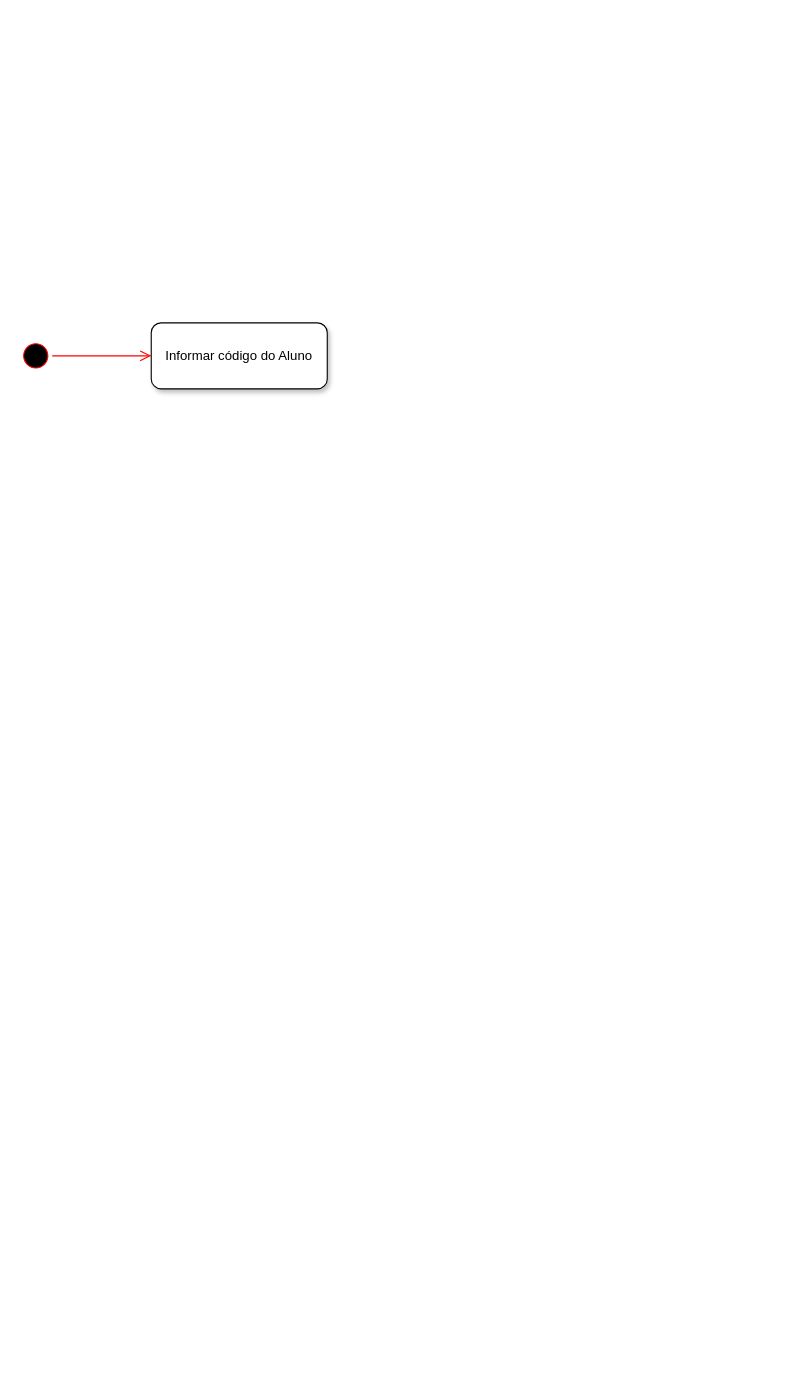
Earlier version of the draw.io diagram Atividade Prática 3 - Diagrama de Atividades.drawio (Ajnus/INF1013_Modelagem_De_Software). Source tidied: cells renumbered, new cells numbered last; positions are measured from the earlier drawing's top-left corner, leaving out a move shared by most shapes. Both pictures are drawn from the tidied source at 110%, with x=0, y=0 at pixel (19, 322).
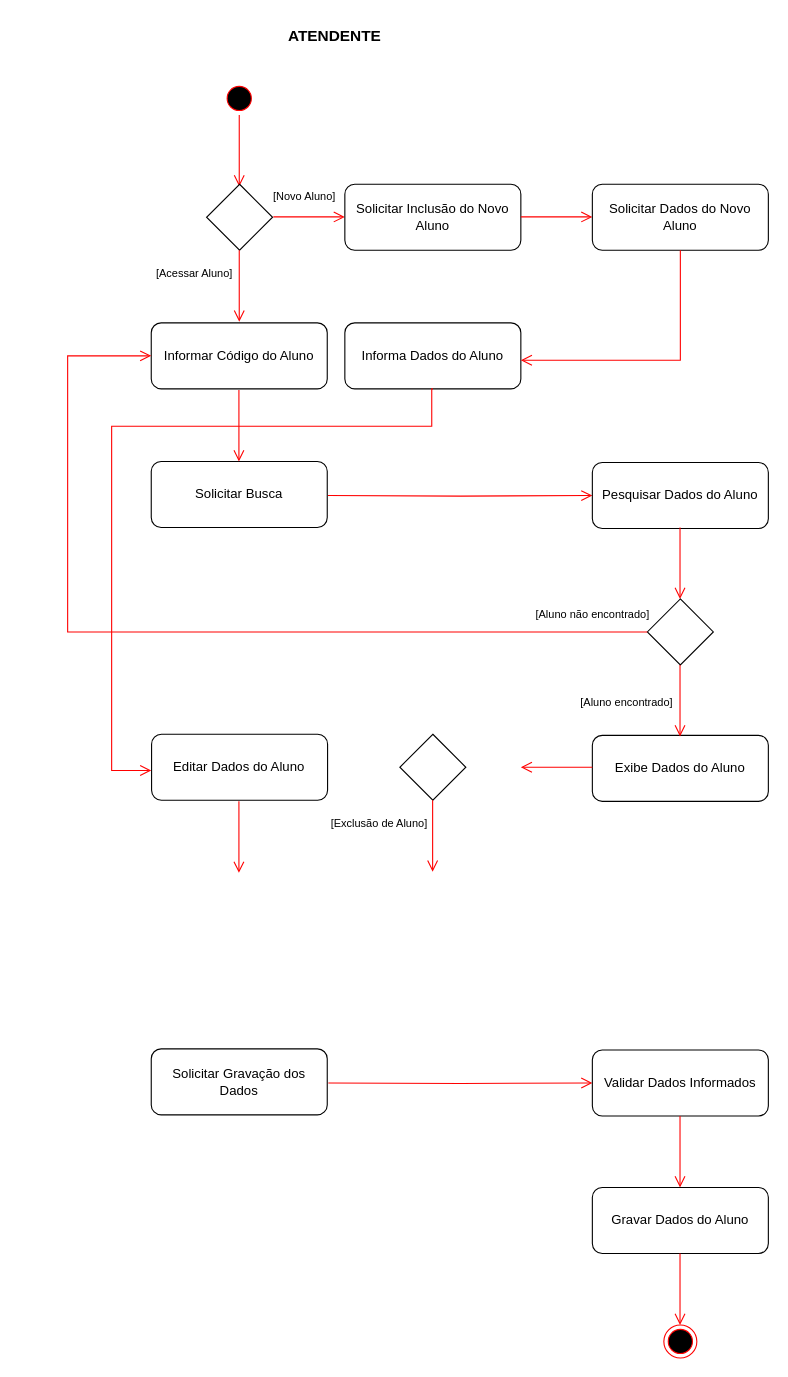
Above is the later version.

Change to the diagram source:
```diff
@@
-    <mxCell id="2" style="ellipse;html=1;shape=startState;fillColor=#000000;strokeColor=#ff0000;" parent="1" vertex="1">
-      <mxGeometry y="15" width="30" height="30" as="geometry" />
-    </mxCell>
-    <mxCell id="3" style="edgeStyle=orthogonalEdgeStyle;html=1;verticalAlign=bottom;endArrow=open;endSize=8;strokeColor=#ff0000;rounded=0;" parent="1" edge="1" source="2">
-      <mxGeometry relative="1" as="geometry">
-        <mxPoint x="120" y="30" as="targetPoint" />
-      </mxGeometry>
-    </mxCell>
-    <mxCell id="4" value="Informar código do Aluno" style="rounded=1;whiteSpace=wrap;html=1;shadow=1;" parent="1" vertex="1">
+    <mxCell id="4" value="Informar Código do Aluno" style="rounded=1;whiteSpace=wrap;html=1;shadow=0;" parent="1" vertex="1">
       <mxGeometry x="120" width="160" height="60" as="geometry" />
     </mxCell>
+    <mxCell id="5" value="Solicitar Busca" style="rounded=1;whiteSpace=wrap;html=1;shadow=0;" parent="1" vertex="1">
+      <mxGeometry x="120" y="126" width="160" height="60" as="geometry" />
+    </mxCell>
+    <mxCell id="6" value="&lt;b&gt;&lt;font style=&quot;font-size: 14px;&quot;&gt;ATENDENTE&lt;/font&gt;&lt;/b&gt;" style="text;html=1;strokeColor=none;fillColor=none;align=center;verticalAlign=middle;whiteSpace=wrap;rounded=0;shadow=0;glass=0;sketch=0;" parent="1" vertex="1">
+      <mxGeometry x="214" y="-276" width="146" height="30" as="geometry" />
+    </mxCell>
+    <mxCell id="7" style="ellipse;html=1;shape=startState;fillColor=#000000;strokeColor=#ff0000;rounded=0;shadow=0;glass=0;sketch=0;" parent="1" vertex="1">
+      <mxGeometry x="185" y="-219" width="30" height="30" as="geometry" />
+    </mxCell>
+    <mxCell id="8" style="edgeStyle=orthogonalEdgeStyle;html=1;verticalAlign=bottom;endArrow=open;endSize=8;strokeColor=#ff0000;rounded=0;entryX=0.5;entryY=0;entryDx=0;entryDy=0;" parent="1" edge="1" source="7">
+      <mxGeometry relative="1" as="geometry">
+        <mxPoint x="200" y="-124" as="targetPoint" />
+      </mxGeometry>
+    </mxCell>
+    <mxCell id="9" style="edgeStyle=orthogonalEdgeStyle;html=1;verticalAlign=bottom;endArrow=open;endSize=8;strokeColor=#ff0000;rounded=0;entryX=0.5;entryY=0;entryDx=0;entryDy=0;" parent="1" edge="1">
+      <mxGeometry relative="1" as="geometry">
+        <mxPoint x="199.7" y="61" as="sourcePoint" />
+        <mxPoint x="199.7" y="126" as="targetPoint" />
+      </mxGeometry>
+    </mxCell>
+    <mxCell id="10" style="edgeStyle=orthogonalEdgeStyle;html=1;verticalAlign=bottom;endArrow=open;endSize=8;strokeColor=#ff0000;rounded=0;entryX=0;entryY=0.5;entryDx=0;entryDy=0;" parent="1" edge="1" target="11">
+      <mxGeometry relative="1" as="geometry">
+        <mxPoint x="280.7" y="157" as="sourcePoint" />
+      </mxGeometry>
+    </mxCell>
+    <mxCell id="11" value="&lt;div style=&quot;background-color: transparent;&quot;&gt;Pesquisar Dados do Aluno&lt;/div&gt;" style="rounded=1;whiteSpace=wrap;html=1;shadow=0;" parent="1" vertex="1">
+      <mxGeometry x="521" y="127" width="160" height="60" as="geometry" />
+    </mxCell>
+    <mxCell id="12" style="edgeStyle=orthogonalEdgeStyle;html=1;verticalAlign=bottom;endArrow=open;endSize=8;strokeColor=#ff0000;rounded=0;entryX=0.5;entryY=0;entryDx=0;entryDy=0;" parent="1" edge="1">
+      <mxGeometry relative="1" as="geometry">
+        <mxPoint x="600.7" y="186" as="sourcePoint" />
+        <mxPoint x="600.7" y="251" as="targetPoint" />
+      </mxGeometry>
+    </mxCell>
+    <mxCell id="13" value="Exibe Dados do Aluno" style="rounded=1;whiteSpace=wrap;html=1;shadow=0;" parent="1" vertex="1">
+      <mxGeometry x="521" y="375" width="160" height="60" as="geometry" />
+    </mxCell>
+    <mxCell id="14" value="Editar Dados do Aluno" style="rounded=1;whiteSpace=wrap;html=1;shadow=0;" parent="1" vertex="1">
+      <mxGeometry x="120.3" y="374" width="160" height="60" as="geometry" />
+    </mxCell>
+    <mxCell id="15" value="Solicitar Gravação dos Dados" style="rounded=1;whiteSpace=wrap;html=1;shadow=0;" parent="1" vertex="1">
+      <mxGeometry x="120" y="660" width="160" height="60" as="geometry" />
+    </mxCell>
+    <mxCell id="16" style="edgeStyle=orthogonalEdgeStyle;html=1;verticalAlign=bottom;endArrow=open;endSize=8;strokeColor=#ff0000;rounded=0;entryX=0.5;entryY=0;entryDx=0;entryDy=0;" parent="1" edge="1">
+      <mxGeometry relative="1" as="geometry">
+        <mxPoint x="199.7" y="435" as="sourcePoint" />
+        <mxPoint x="199.7" y="500" as="targetPoint" />
+      </mxGeometry>
+    </mxCell>
+    <mxCell id="17" style="edgeStyle=orthogonalEdgeStyle;html=1;verticalAlign=bottom;endArrow=open;endSize=8;strokeColor=#ff0000;rounded=0;entryX=0;entryY=0.5;entryDx=0;entryDy=0;" parent="1" edge="1" target="18">
+      <mxGeometry relative="1" as="geometry">
+        <mxPoint x="281" y="691" as="sourcePoint" />
+      </mxGeometry>
+    </mxCell>
+    <mxCell id="18" value="Validar Dados Informados" style="rounded=1;whiteSpace=wrap;html=1;shadow=0;" parent="1" vertex="1">
+      <mxGeometry x="521" y="661" width="160" height="60" as="geometry" />
+    </mxCell>
+    <mxCell id="19" style="edgeStyle=orthogonalEdgeStyle;html=1;verticalAlign=bottom;endArrow=open;endSize=8;strokeColor=#ff0000;rounded=0;entryX=0.5;entryY=0;entryDx=0;entryDy=0;" parent="1" edge="1">
+      <mxGeometry relative="1" as="geometry">
+        <mxPoint x="600.7" y="721" as="sourcePoint" />
+        <mxPoint x="600.7" y="786" as="targetPoint" />
+      </mxGeometry>
+    </mxCell>
+    <mxCell id="20" value="Gravar Dados do Aluno" style="rounded=1;whiteSpace=wrap;html=1;shadow=0;" parent="1" vertex="1">
+      <mxGeometry x="521" y="786" width="160" height="60" as="geometry" />
+    </mxCell>
+    <mxCell id="21" style="ellipse;html=1;shape=endState;fillColor=#000000;strokeColor=#ff0000;rounded=0;shadow=0;glass=0;sketch=0;fontSize=14;" parent="1" vertex="1">
+      <mxGeometry x="586" y="911" width="30" height="30" as="geometry" />
+    </mxCell>
+    <mxCell id="22" style="edgeStyle=orthogonalEdgeStyle;html=1;verticalAlign=bottom;endArrow=open;endSize=8;strokeColor=#ff0000;rounded=0;entryX=0.5;entryY=0;entryDx=0;entryDy=0;" parent="1" edge="1">
+      <mxGeometry relative="1" as="geometry">
+        <mxPoint x="600.7" y="846" as="sourcePoint" />
+        <mxPoint x="600.7" y="911" as="targetPoint" />
+      </mxGeometry>
+    </mxCell>
+    <mxCell id="23" style="rhombus;whiteSpace=wrap;html=1;rounded=0;shadow=0;glass=0;sketch=0;" parent="1" vertex="1">
+      <mxGeometry x="170.3" y="-126" width="60" height="60" as="geometry" />
+    </mxCell>
+    <mxCell id="24" style="edgeStyle=orthogonalEdgeStyle;html=1;verticalAlign=bottom;endArrow=open;endSize=8;strokeColor=#ff0000;rounded=0;entryX=0.5;entryY=0;entryDx=0;entryDy=0;" parent="1" edge="1">
+      <mxGeometry relative="1" as="geometry">
+        <mxPoint x="200" y="-66" as="sourcePoint" />
+        <mxPoint x="200" y="-1" as="targetPoint" />
+      </mxGeometry>
+    </mxCell>
+    <mxCell id="25" style="edgeStyle=orthogonalEdgeStyle;html=1;verticalAlign=bottom;endArrow=open;endSize=8;strokeColor=#ff0000;rounded=0;" parent="1" edge="1">
+      <mxGeometry relative="1" as="geometry">
+        <mxPoint x="231" y="-96.3" as="sourcePoint" />
+        <mxPoint x="296" y="-96.3" as="targetPoint" />
+      </mxGeometry>
+    </mxCell>
+    <mxCell id="26" value="Solicitar Inclusão do Novo Aluno" style="rounded=1;whiteSpace=wrap;html=1;shadow=0;" parent="1" vertex="1">
+      <mxGeometry x="296" y="-126" width="160" height="60" as="geometry" />
+    </mxCell>
+    <mxCell id="27" style="edgeStyle=orthogonalEdgeStyle;html=1;verticalAlign=bottom;endArrow=open;endSize=8;strokeColor=#ff0000;rounded=0;" parent="1" edge="1">
+      <mxGeometry relative="1" as="geometry">
+        <mxPoint x="456" y="-96.3" as="sourcePoint" />
+        <mxPoint x="521" y="-96.3" as="targetPoint" />
+      </mxGeometry>
+    </mxCell>
+    <mxCell id="28" value="Solicitar Dados do Novo Aluno" style="rounded=1;whiteSpace=wrap;html=1;shadow=0;" parent="1" vertex="1">
+      <mxGeometry x="521" y="-126" width="160" height="60" as="geometry" />
+    </mxCell>
+    <mxCell id="29" value="Informa Dados do Aluno" style="rounded=1;whiteSpace=wrap;html=1;shadow=0;" parent="1" vertex="1">
+      <mxGeometry x="296" width="160" height="60" as="geometry" />
+    </mxCell>
+    <mxCell id="30" style="edgeStyle=orthogonalEdgeStyle;html=1;verticalAlign=bottom;endArrow=open;endSize=8;strokeColor=#ff0000;rounded=0;exitX=0.5;exitY=1;exitDx=0;exitDy=0;" parent="1" edge="1" source="28">
+      <mxGeometry relative="1" as="geometry">
+        <mxPoint x="456" y="34" as="targetPoint" />
+        <Array as="points">
+          <mxPoint x="601" y="34" />
+        </Array>
+      </mxGeometry>
+    </mxCell>
+    <mxCell id="31" style="edgeStyle=orthogonalEdgeStyle;html=1;verticalAlign=bottom;endArrow=open;endSize=8;strokeColor=#ff0000;rounded=0;entryX=0;entryY=0.75;entryDx=0;entryDy=0;exitX=0.5;exitY=1;exitDx=0;exitDy=0;" parent="1" edge="1" source="29">
+      <mxGeometry relative="1" as="geometry">
+        <mxPoint x="120" y="407" as="targetPoint" />
+        <Array as="points">
+          <mxPoint x="375" y="60" />
+          <mxPoint x="375" y="94" />
+          <mxPoint x="84" y="94" />
+          <mxPoint x="84" y="407" />
+        </Array>
+      </mxGeometry>
+    </mxCell>
+    <mxCell id="32" value="&lt;font style=&quot;font-size: 10px;&quot;&gt;[Acessar Aluno]&lt;/font&gt;" style="text;html=1;align=center;verticalAlign=middle;strokeColor=none;fillColor=none;fontSize=14;" parent="1" vertex="1">
+      <mxGeometry x="114" y="-56" width="90" height="20" as="geometry" />
+    </mxCell>
+    <mxCell id="33" value="&lt;font style=&quot;font-size: 10px;&quot;&gt;[Novo Aluno]&lt;/font&gt;" style="text;html=1;align=center;verticalAlign=middle;strokeColor=none;fillColor=none;fontSize=14;" parent="1" vertex="1">
+      <mxGeometry x="219" y="-126" width="80" height="20" as="geometry" />
+    </mxCell>
+    <mxCell id="34" style="rhombus;whiteSpace=wrap;html=1;rounded=0;shadow=0;glass=0;sketch=0;" parent="1" vertex="1">
+      <mxGeometry x="571" y="251" width="60" height="60" as="geometry" />
+    </mxCell>
+    <mxCell id="35" style="edgeStyle=orthogonalEdgeStyle;html=1;verticalAlign=bottom;endArrow=open;endSize=8;strokeColor=#ff0000;rounded=0;entryX=0.5;entryY=0;entryDx=0;entryDy=0;" parent="1" edge="1">
+      <mxGeometry relative="1" as="geometry">
+        <mxPoint x="600.7" y="311" as="sourcePoint" />
+        <mxPoint x="600.7" y="376" as="targetPoint" />
+      </mxGeometry>
+    </mxCell>
+    <mxCell id="36" value="&lt;font style=&quot;font-size: 10px;&quot;&gt;[Aluno encontrado]&lt;/font&gt;" style="text;html=1;align=center;verticalAlign=middle;strokeColor=none;fillColor=none;fontSize=14;" parent="1" vertex="1">
+      <mxGeometry x="497" y="334" width="110" height="20" as="geometry" />
+    </mxCell>
+    <mxCell id="37" style="edgeStyle=orthogonalEdgeStyle;html=1;verticalAlign=bottom;endArrow=open;endSize=8;strokeColor=#ff0000;rounded=0;entryX=0;entryY=0.5;entryDx=0;entryDy=0;" parent="1" edge="1" target="4">
+      <mxGeometry relative="1" as="geometry">
+        <mxPoint x="571" y="281" as="sourcePoint" />
+        <Array as="points">
+          <mxPoint x="44" y="281" />
+          <mxPoint x="44" y="30" />
+        </Array>
+      </mxGeometry>
+    </mxCell>
+    <mxCell id="38" value="&lt;font style=&quot;font-size: 10px; background-color: transparent;&quot;&gt;[Aluno não encontrado]&lt;/font&gt;" style="text;html=1;align=center;verticalAlign=middle;strokeColor=none;fillColor=none;fontSize=14;" parent="1" vertex="1">
+      <mxGeometry x="456" y="254" width="130" height="20" as="geometry" />
+    </mxCell>
+    <mxCell id="39" style="edgeStyle=orthogonalEdgeStyle;html=1;verticalAlign=bottom;endArrow=open;endSize=8;strokeColor=#ff0000;rounded=0;entryX=0.5;entryY=0;entryDx=0;entryDy=0;" parent="1" edge="1">
+      <mxGeometry relative="1" as="geometry">
+        <mxPoint x="521" y="404" as="sourcePoint" />
+        <mxPoint x="456" y="404" as="targetPoint" />
+      </mxGeometry>
+    </mxCell>
+    <mxCell id="40" style="rhombus;whiteSpace=wrap;html=1;rounded=0;shadow=0;glass=0;sketch=0;" parent="1" vertex="1">
+      <mxGeometry x="346" y="374" width="60" height="60" as="geometry" />
+    </mxCell>
+    <mxCell id="41" value="&lt;font style=&quot;font-size: 10px;&quot;&gt;[Exclusão de Aluno]&lt;/font&gt;" style="text;html=1;align=center;verticalAlign=middle;strokeColor=none;fillColor=none;fontSize=14;" parent="1" vertex="1">
+      <mxGeometry x="272" y="444" width="110" height="20" as="geometry" />
+    </mxCell>
+    <mxCell id="42" style="edgeStyle=orthogonalEdgeStyle;html=1;verticalAlign=bottom;endArrow=open;endSize=8;strokeColor=#ff0000;rounded=0;entryX=0.5;entryY=0;entryDx=0;entryDy=0;" parent="1" edge="1">
+      <mxGeometry relative="1" as="geometry">
+        <mxPoint x="375.8" y="434" as="sourcePoint" />
+        <mxPoint x="375.8" y="499" as="targetPoint" />
+      </mxGeometry>
+    </mxCell>
```
